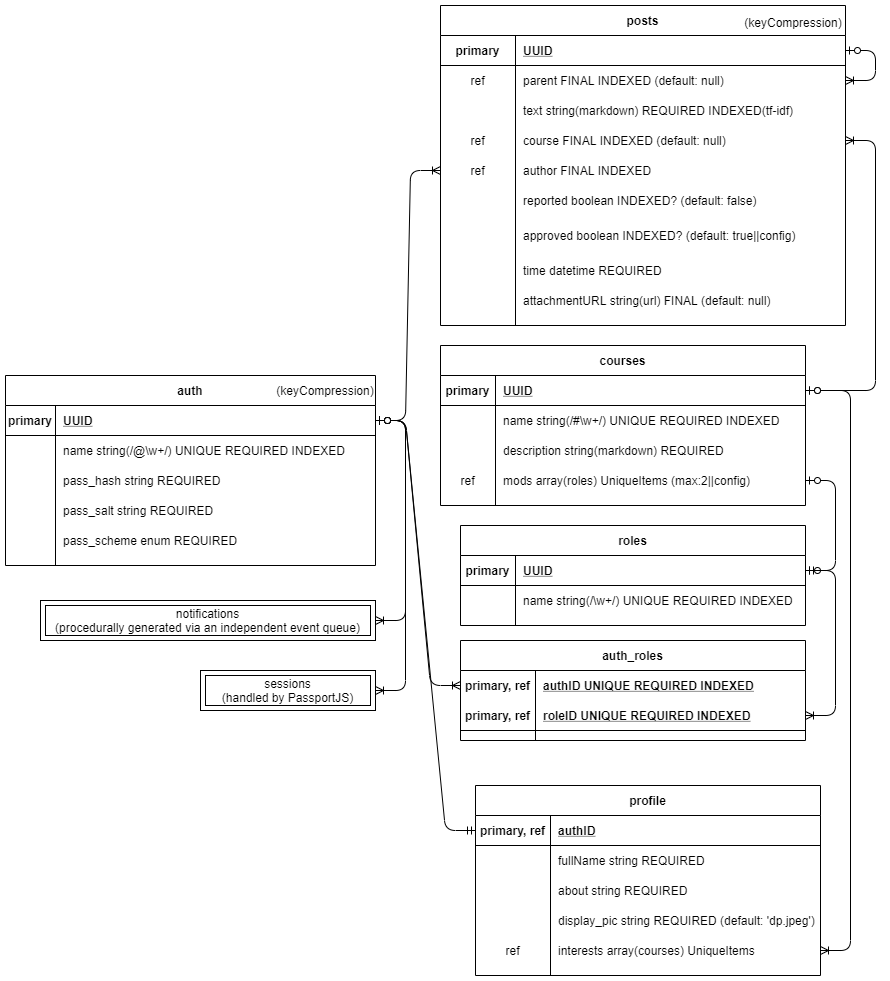
Before: report/images/db-schema.png, a diagram exported from draw.io (yashdiniz/focusa2021). Source tidied: cells renumbered, new cells last; positions are measured from the earlier drawing's top-left corner, leaving out a move shared by most shapes.
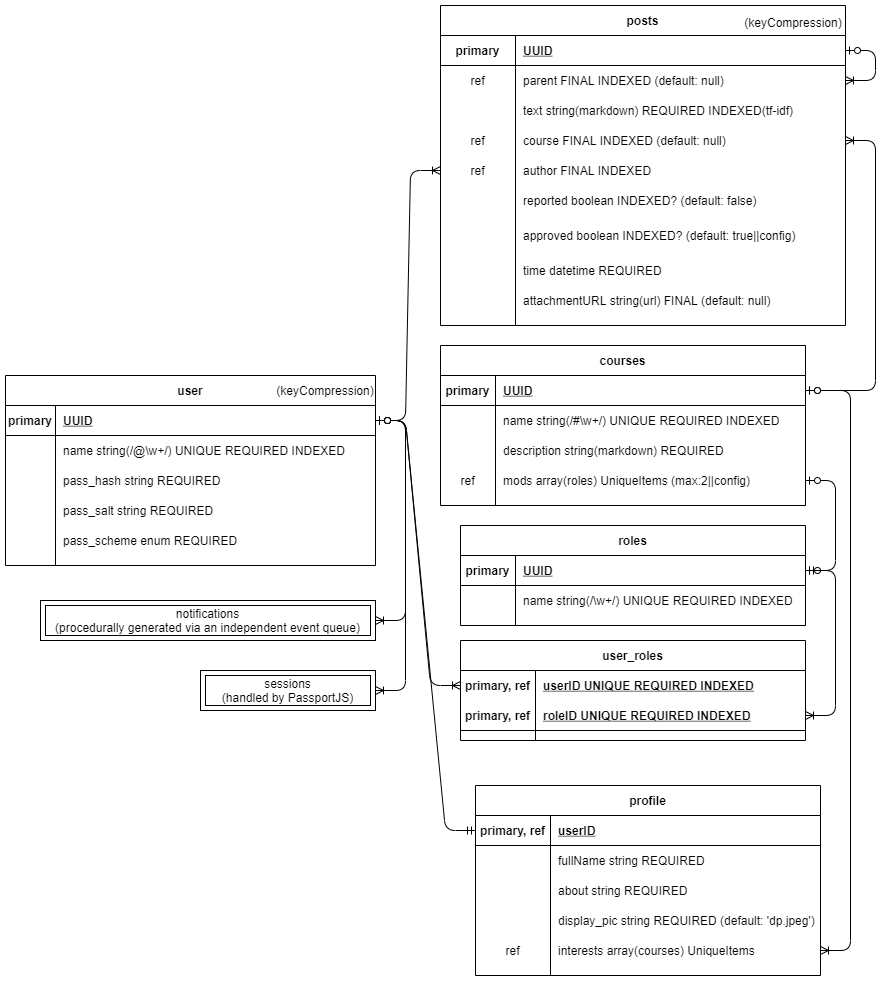
Above is the later version.

Change to the diagram source:
```diff
@@ -85,7 +85,7 @@
     <mxCell id="28" value="primary, ref" style="shape=partialRectangle;fillColor=none;top=0;left=0;bottom=0;right=0;fontStyle=1;overflow=hidden;" parent="27" vertex="1">
       <mxGeometry width="75" height="30" as="geometry" />
     </mxCell>
-    <mxCell id="29" value="authID" style="shape=partialRectangle;fillColor=none;top=0;left=0;bottom=0;right=0;align=left;spacingLeft=6;fontStyle=5;overflow=hidden;" parent="27" vertex="1">
+    <mxCell id="29" value="userID" style="shape=partialRectangle;fillColor=none;top=0;left=0;bottom=0;right=0;align=left;spacingLeft=6;fontStyle=5;overflow=hidden;" parent="27" vertex="1">
       <mxGeometry x="75" width="270" height="30" as="geometry" />
     </mxCell>
     <mxCell id="30" style="shape=partialRectangle;fillColor=none;top=0;left=0;bottom=0;right=0;" parent="26" vertex="1">
@@ -148,7 +148,7 @@
     <mxCell id="49" value="name string(/\w+/) UNIQUE REQUIRED INDEXED" style="shape=partialRectangle;fillColor=none;top=0;left=0;bottom=0;right=0;align=left;spacingLeft=6;overflow=hidden;" parent="47" vertex="1">
       <mxGeometry x="55" width="290" height="30" as="geometry" />
     </mxCell>
-    <mxCell id="50" value="auth_roles" style="shape=table;startSize=30;rowLines=0;fontStyle=1;align=center;" parent="1" vertex="1">
+    <mxCell id="50" value="user_roles" style="shape=table;startSize=30;rowLines=0;fontStyle=1;align=center;" parent="1" vertex="1">
       <mxGeometry x="455" y="635" width="345" height="100" as="geometry" />
     </mxCell>
     <mxCell id="51" style="shape=partialRectangle;fillColor=none;top=0;left=0;bottom=0;right=0;points=[[0,0.5],[1,0.5]];portConstraint=eastwest;" parent="50" vertex="1">
@@ -157,7 +157,7 @@
     <mxCell id="52" value="primary, ref" style="shape=partialRectangle;fillColor=none;top=0;left=0;bottom=0;right=0;fontStyle=1;overflow=hidden;" parent="51" vertex="1">
       <mxGeometry width="75" height="30" as="geometry" />
     </mxCell>
-    <mxCell id="53" value="authID UNIQUE REQUIRED INDEXED" style="shape=partialRectangle;fillColor=none;top=0;left=0;bottom=0;right=0;align=left;spacingLeft=6;fontStyle=5;overflow=hidden;" parent="51" vertex="1">
+    <mxCell id="53" value="userID UNIQUE REQUIRED INDEXED" style="shape=partialRectangle;fillColor=none;top=0;left=0;bottom=0;right=0;align=left;spacingLeft=6;fontStyle=5;overflow=hidden;" parent="51" vertex="1">
       <mxGeometry x="75" width="270" height="30" as="geometry" />
     </mxCell>
     <mxCell id="54" style="shape=partialRectangle;fillColor=none;top=0;left=0;bottom=1;right=0;points=[[0,0.5],[1,0.5]];portConstraint=eastwest;" parent="50" vertex="1">
@@ -172,7 +172,7 @@
     <mxCell id="57" style="group;" parent="1" vertex="1">
       <mxGeometry y="370" width="370" height="190" as="geometry" />
     </mxCell>
-    <mxCell id="58" value="auth" style="shape=table;startSize=30;rowLines=0;fontStyle=1;align=center;" parent="57" vertex="1">
+    <mxCell id="58" value="user" style="shape=table;startSize=30;rowLines=0;fontStyle=1;align=center;" parent="57" vertex="1">
       <mxGeometry width="370" height="190" as="geometry" />
     </mxCell>
     <mxCell id="59" style="shape=partialRectangle;fillColor=none;points=[[0,0.5],[1,0.5]];portConstraint=eastwest;top=0;left=0;right=0;bottom=1;" parent="58" vertex="1">
```
